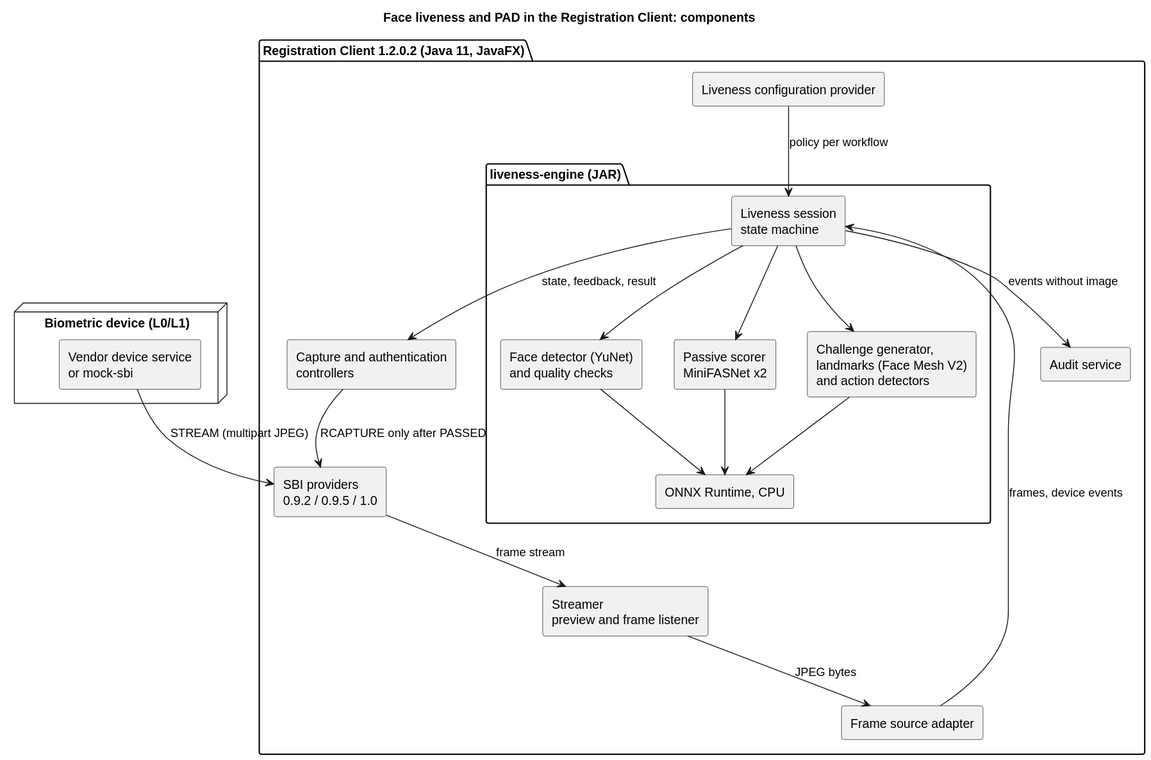
BestTeam-MosipDecode/face-liveness-pad keeps this PlantUML diagram as docs/diagrams/components.svg. Above is the earlier version. Its source is kept beside it as docs/diagrams/components.puml.
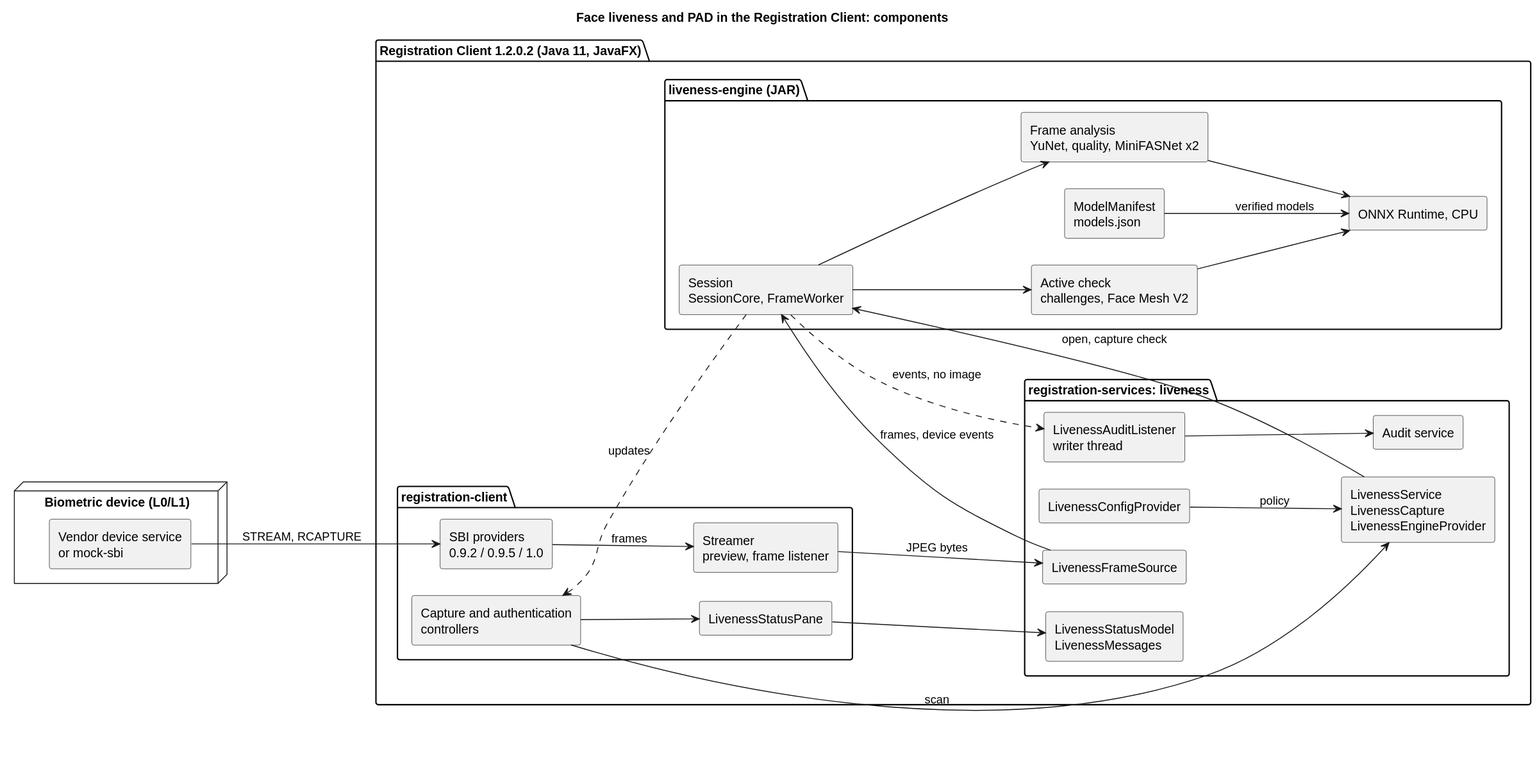
After the commit.

Diff of the diagram source:
```diff
@@ -1,7 +1,10 @@
 @startuml components
 
+left to right direction
 skinparam componentStyle rectangle
 skinparam shadowing false
+skinparam nodesep 30
+skinparam ranksep 60
 
 title Face liveness and PAD in the Registration Client: components
 
@@ -10,34 +13,47 @@
 }
 
 package "Registration Client 1.2.0.2 (Java 11, JavaFX)" {
-  [SBI providers\n0.9.2 / 0.9.5 / 1.0] as providers
-  [Streamer\npreview and frame listener] as streamer
-  [Frame source adapter] as adapter
-  [Capture and authentication\ncontrollers] as controllers
-  [Liveness configuration provider] as config
-  [Audit service] as audit
+
+  package "registration-client" {
+    [SBI providers\n0.9.2 / 0.9.5 / 1.0] as providers
+    [Streamer\npreview, frame listener] as streamer
+    [Capture and authentication\ncontrollers] as controllers
+    [LivenessStatusPane] as pane
+  }
+
+  package "registration-services: liveness" {
+    [LivenessFrameSource] as adapter
+    [LivenessService\nLivenessCapture\nLivenessEngineProvider] as service
+    [LivenessConfigProvider] as config
+    [LivenessStatusModel\nLivenessMessages] as model
+    [LivenessAuditListener\nwriter thread] as auditlistener
+    [Audit service] as audit
+  }
 
   package "liveness-engine (JAR)" {
-    [Liveness session\nstate machine] as session
-    [Face detector (YuNet)\nand quality checks] as detector
-    [Passive scorer\nMiniFASNet x2] as passive
-    [Challenge generator,\nlandmarks (Face Mesh V2)\nand action detectors] as active
+    [Session\nSessionCore, FrameWorker] as session
+    [Frame analysis\nYuNet, quality, MiniFASNet x2] as passive
+    [Active check\nchallenges, Face Mesh V2] as active
+    [ModelManifest\nmodels.json] as manifest
     [ONNX Runtime, CPU] as ort
   }
 }
 
-sbi --> providers : STREAM (multipart JPEG)
-providers --> streamer : frame stream
+sbi --> providers : STREAM, RCAPTURE
+providers --> streamer : frames
 streamer --> adapter : JPEG bytes
 adapter --> session : frames, device events
-config --> session : policy per workflow
-session --> detector
+controllers --> service : scan
+config --> service : policy
+service --> session : open, capture check
 session --> passive
 session --> active
-detector --> ort
 passive --> ort
 active --> ort
-session --> controllers : state, feedback, result
-controllers --> providers : RCAPTURE only after PASSED
-session --> audit : events without image
+manifest --> ort : verified models
+session ..> controllers : updates
+controllers --> pane
+pane --> model
+session ..> auditlistener : events, no image
+auditlistener --> audit
 @enduml
```
